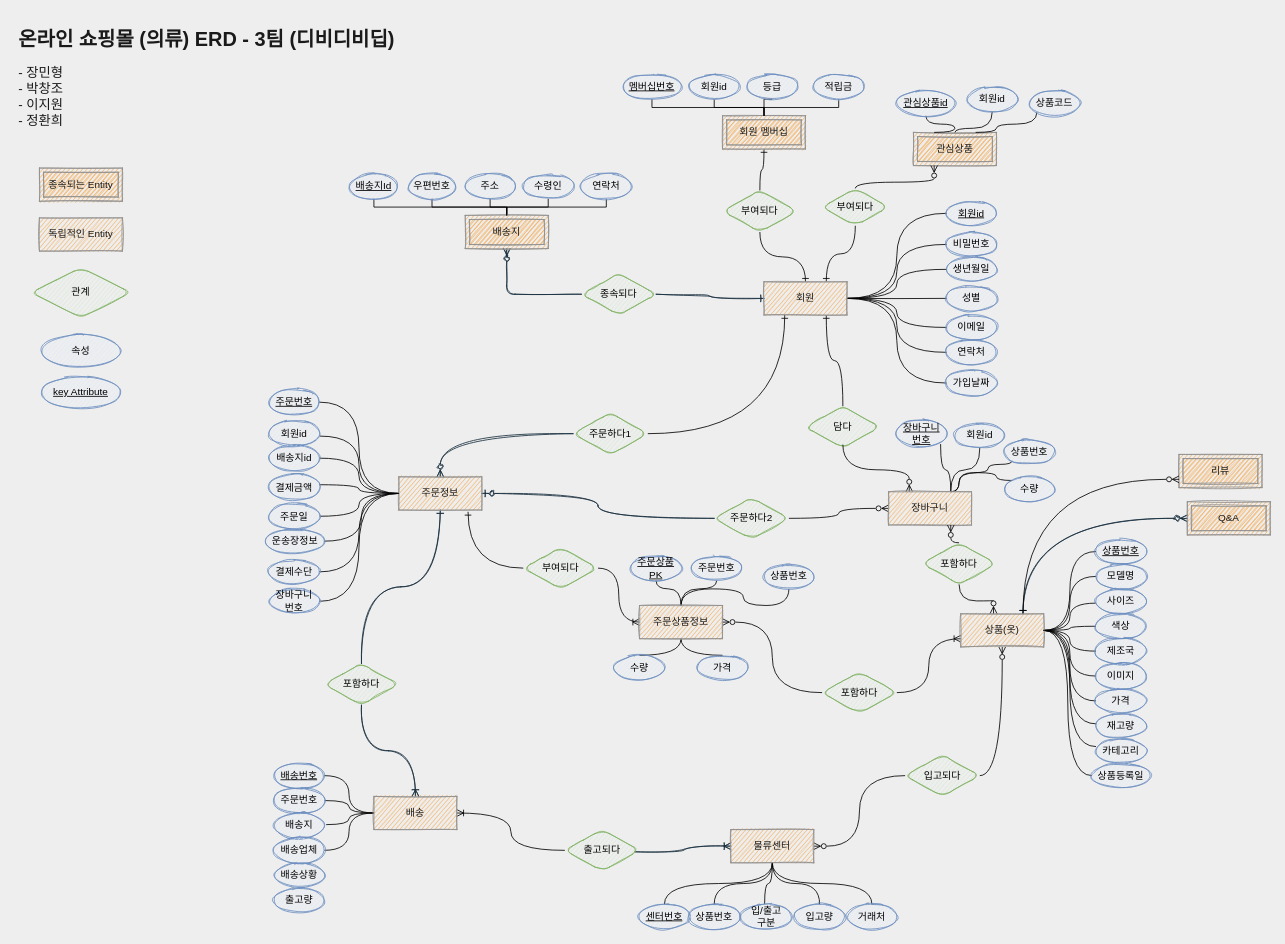
The draw.io diagram page "페이지-2" (2 of 3) of Untitled Diagram.drawio in pcjo1202/DataBase-design, before the edit. Source tidied: cells renumbered, new cells numbered last; positions are measured from the earlier drawing's top-left corner, leaving out a move shared by most shapes. Both pictures are drawn from the tidied source at 83%, with x=0, y=0 at pixel (14, 22).
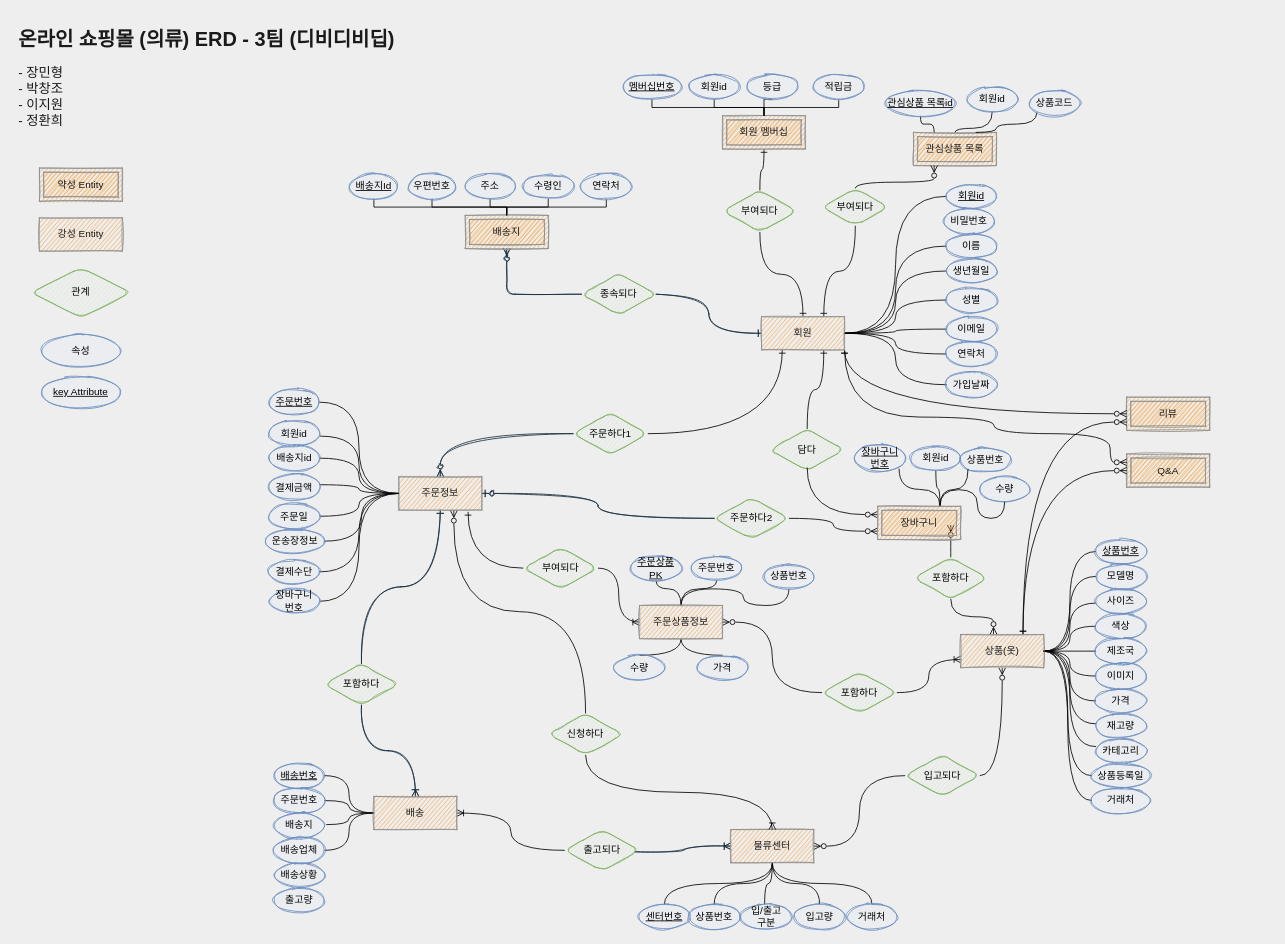
Above is the later version.

Unchanged cells that the change refers to:
```xml
<mxCell id="16" value="주문하다2" style="shape=rhombus;perimeter=rhombusPerimeter;whiteSpace=wrap;html=1;align=center;fillColor=#d5e8d4;strokeColor=#82b366;sketch=1;rounded=1;" parent="1" vertex="1">
  <mxGeometry x="843" y="572" width="90" height="50" as="geometry" />
</mxCell>
<mxCell id="61" value="주문정보" style="whiteSpace=wrap;html=1;align=center;rounded=0;sketch=1;fontColor=#1A1A1A;strokeColor=#909090;fillColor=#F5AB50;direction=west;" parent="1" vertex="1">
  <mxGeometry x="463" y="547" width="100" height="40" as="geometry" />
</mxCell>
<mxCell id="90" value="물류센터" style="whiteSpace=wrap;html=1;align=center;rounded=0;sketch=1;fontColor=#1A1A1A;strokeColor=#909090;fillColor=#F5AB50;direction=west;" parent="1" vertex="1">
  <mxGeometry x="863" y="972" width="100" height="40" as="geometry" />
</mxCell>
```

Change to the diagram source:
```diff
@@
     <mxCell id="13" value="담다" style="shape=rhombus;perimeter=rhombusPerimeter;whiteSpace=wrap;html=1;align=center;fillColor=#d5e8d4;strokeColor=#82b366;sketch=1;rounded=1;" parent="1" vertex="1">
-      <mxGeometry x="953" y="462" width="90" height="50" as="geometry" />
+      <mxGeometry x="910" y="489.5" width="90" height="50" as="geometry" />
     </mxCell>
@@
-    <mxCell id="15" style="edgeStyle=orthogonalEdgeStyle;curved=1;jettySize=auto;html=1;exitX=1;exitY=0.5;exitDx=0;exitDy=0;startArrow=none;startFill=0;endArrow=ERzeroToMany;endFill=0;" parent="1" edge="1" source="16" target="73">
+    <mxCell id="15" style="edgeStyle=orthogonalEdgeStyle;curved=1;jettySize=auto;html=1;exitX=1;exitY=0.5;exitDx=0;exitDy=0;startArrow=none;startFill=0;endArrow=ERzeroToMany;endFill=0;entryX=0;entryY=0.75;entryDx=0;entryDy=0;" parent="1" edge="1" source="16" target="73">
       <mxGeometry relative="1" as="geometry" />
     </mxCell>
@@
     <mxCell id="32" value="리뷰" style="shape=ext;margin=3;double=1;whiteSpace=wrap;html=1;align=center;rounded=0;sketch=1;fontColor=#1A1A1A;strokeColor=#909090;fillColor=#F5AB50;" parent="1" vertex="1">
-      <mxGeometry x="1403" y="520" width="100" height="40" as="geometry" />
+      <mxGeometry x="1340" y="451" width="100" height="40" as="geometry" />
     </mxCell>
-    <mxCell id="33" style="edgeStyle=orthogonalEdgeStyle;curved=1;rounded=1;sketch=1;jettySize=auto;html=1;exitX=0;exitY=0.5;exitDx=0;exitDy=0;entryX=0.25;entryY=1;entryDx=0;entryDy=0;fontColor=#1A1A1A;endArrow=ERone;endFill=0;strokeColor=#182E3E;startArrow=ERzeroToMany;startFill=0;" parent="1" edge="1" source="34" target="84">
-      <mxGeometry relative="1" as="geometry" />
-    </mxCell>
     <mxCell id="34" value="Q&amp;amp;A" style="shape=ext;margin=3;double=1;whiteSpace=wrap;html=1;align=center;rounded=0;sketch=1;fontColor=#1A1A1A;strokeColor=#909090;fillColor=#F5AB50;" parent="1" vertex="1">
-      <mxGeometry x="1413" y="577" width="100" height="40" as="geometry" />
+      <mxGeometry x="1340" y="519.5" width="100" height="40" as="geometry" />
     </mxCell>
@@
-    <mxCell id="40" value="종속되는 Entity" style="shape=ext;margin=3;double=1;whiteSpace=wrap;html=1;align=center;rounded=0;sketch=1;fontColor=#1A1A1A;strokeColor=#909090;fillColor=#F5AB50;" parent="1" vertex="1">
+    <mxCell id="40" value="약성 Entity" style="shape=ext;margin=3;double=1;whiteSpace=wrap;html=1;align=center;rounded=0;sketch=1;fontColor=#1A1A1A;strokeColor=#909090;fillColor=#F5AB50;" parent="1" vertex="1">
       <mxGeometry x="30" y="175" width="100" height="40" as="geometry" />
     </mxCell>
-    <mxCell id="41" value="독립적인 Entity" style="whiteSpace=wrap;html=1;align=center;rounded=0;sketch=1;fontColor=#1A1A1A;strokeColor=#909090;fillColor=#F5AB50;" parent="1" vertex="1">
+    <mxCell id="41" value="강성 Entity" style="whiteSpace=wrap;html=1;align=center;rounded=0;sketch=1;fontColor=#1A1A1A;strokeColor=#909090;fillColor=#F5AB50;" parent="1" vertex="1">
       <mxGeometry x="30" y="235" width="100" height="40" as="geometry" />
     </mxCell>
@@
-    <mxCell id="50" style="edgeStyle=orthogonalEdgeStyle;curved=1;jettySize=auto;html=1;entryX=0;entryY=0.5;entryDx=0;entryDy=0;endArrow=none;endFill=0;" parent="1" edge="1" target="124">
-      <mxGeometry relative="1" as="geometry">
-        <mxPoint x="1003" y="332" as="sourcePoint" />
-      </mxGeometry>
-    </mxCell>
@@
+    <mxCell id="171" style="edgeStyle=orthogonalEdgeStyle;curved=1;jettySize=auto;html=1;exitX=1;exitY=1;exitDx=0;exitDy=0;entryX=0;entryY=0.5;entryDx=0;entryDy=0;startArrow=ERone;startFill=0;endArrow=ERzeroToMany;endFill=0;" parent="1" edge="1" source="54" target="32">
+      <mxGeometry relative="1" as="geometry" />
+    </mxCell>
+    <mxCell id="172" style="edgeStyle=orthogonalEdgeStyle;curved=1;jettySize=auto;html=1;exitX=1;exitY=1;exitDx=0;exitDy=0;entryX=0;entryY=0.25;entryDx=0;entryDy=0;startArrow=ERone;startFill=0;endArrow=ERzeroToMany;endFill=0;" parent="1" edge="1" source="54" target="34">
+      <mxGeometry relative="1" as="geometry">
+        <Array as="points">
+          <mxPoint x="1000" y="475" />
+          <mxPoint x="1180" y="475" />
+          <mxPoint x="1180" y="495" />
+          <mxPoint x="1320" y="495" />
+          <mxPoint x="1320" y="530" />
+        </Array>
+      </mxGeometry>
+    </mxCell>
     <mxCell id="54" value="회원" style="whiteSpace=wrap;html=1;align=center;rounded=0;sketch=1;fontColor=#1A1A1A;strokeColor=#909090;fillColor=#F5AB50;" parent="1" vertex="1">
-      <mxGeometry x="903" y="312" width="100" height="40" as="geometry" />
+      <mxGeometry x="900" y="354" width="100" height="40" as="geometry" />
     </mxCell>
@@
-    <mxCell id="68" style="edgeStyle=orthogonalEdgeStyle;curved=1;jettySize=auto;html=1;exitX=0.25;exitY=1;exitDx=0;exitDy=0;entryX=0.879;entryY=0.869;entryDx=0;entryDy=0;entryPerimeter=0;endArrow=none;endFill=0;" parent="1" edge="1" source="73" target="151">
+    <mxCell id="68" style="edgeStyle=orthogonalEdgeStyle;curved=1;jettySize=auto;html=1;exitX=0.75;exitY=0;exitDx=0;exitDy=0;entryX=0.879;entryY=0.869;entryDx=0;entryDy=0;entryPerimeter=0;endArrow=none;endFill=0;" parent="1" edge="1" source="73" target="151">
       <mxGeometry relative="1" as="geometry" />
     </mxCell>
-    <mxCell id="69" style="edgeStyle=orthogonalEdgeStyle;curved=1;jettySize=auto;html=1;exitX=0.25;exitY=1;exitDx=0;exitDy=0;entryX=0.5;entryY=1;entryDx=0;entryDy=0;endArrow=none;endFill=0;" parent="1" edge="1" source="73" target="152">
+    <mxCell id="69" style="edgeStyle=orthogonalEdgeStyle;curved=1;jettySize=auto;html=1;exitX=0.75;exitY=0;exitDx=0;exitDy=0;entryX=0.5;entryY=1;entryDx=0;entryDy=0;endArrow=none;endFill=0;" parent="1" edge="1" source="73" target="152">
       <mxGeometry relative="1" as="geometry" />
     </mxCell>
-    <mxCell id="70" style="edgeStyle=orthogonalEdgeStyle;curved=1;jettySize=auto;html=1;exitX=0.25;exitY=1;exitDx=0;exitDy=0;entryX=0;entryY=1;entryDx=0;entryDy=0;endArrow=none;endFill=0;" parent="1" edge="1" source="73" target="153">
-      <mxGeometry relative="1" as="geometry">
-        <Array as="points">
-          <mxPoint x="1138" y="542" />
-          <mxPoint x="1173" y="542" />
-          <mxPoint x="1173" y="532" />
-          <mxPoint x="1202" y="532" />
-        </Array>
-      </mxGeometry>
-    </mxCell>
-    <mxCell id="71" style="edgeStyle=orthogonalEdgeStyle;curved=1;jettySize=auto;html=1;exitX=0.25;exitY=1;exitDx=0;exitDy=0;entryX=0;entryY=0;entryDx=0;entryDy=0;endArrow=none;endFill=0;" parent="1" edge="1" source="73" target="154">
-      <mxGeometry relative="1" as="geometry">
-        <Array as="points">
-          <mxPoint x="1138" y="542" />
-          <mxPoint x="1183" y="542" />
-          <mxPoint x="1183" y="551" />
-        </Array>
-      </mxGeometry>
-    </mxCell>
-    <mxCell id="72" style="edgeStyle=orthogonalEdgeStyle;jettySize=auto;html=1;exitX=0.75;exitY=1;exitDx=0;exitDy=0;entryX=0.5;entryY=0.924;entryDx=0;entryDy=0;entryPerimeter=0;startArrow=ERzeroToMany;startFill=0;endArrow=none;endFill=0;curved=1;" parent="1" edge="1" source="73" target="13">
+    <mxCell id="72" style="edgeStyle=orthogonalEdgeStyle;jettySize=auto;html=1;exitX=0;exitY=0.25;exitDx=0;exitDy=0;entryX=0.5;entryY=0.924;entryDx=0;entryDy=0;entryPerimeter=0;startArrow=ERzeroToMany;startFill=0;endArrow=none;endFill=0;curved=1;" parent="1" edge="1" source="73" target="13">
       <mxGeometry relative="1" as="geometry" />
     </mxCell>
-    <mxCell id="73" value="장바구니" style="whiteSpace=wrap;html=1;align=center;rounded=0;sketch=1;fontColor=#1A1A1A;strokeColor=#909090;fillColor=#F5AB50;direction=west;" parent="1" vertex="1">
-      <mxGeometry x="1053" y="565" width="100" height="40" as="geometry" />
-    </mxCell>
-    <mxCell id="74" style="edgeStyle=orthogonalEdgeStyle;curved=1;jettySize=auto;html=1;exitX=0.25;exitY=1;exitDx=0;exitDy=0;entryX=0;entryY=0.75;entryDx=0;entryDy=0;endArrow=ERzeroToMany;endFill=0;startArrow=ERone;startFill=0;" parent="1" edge="1" source="84" target="32">
-      <mxGeometry relative="1" as="geometry" />
-    </mxCell>
@@
+    <mxCell id="74" style="edgeStyle=orthogonalEdgeStyle;curved=1;jettySize=auto;html=1;exitX=0.25;exitY=1;exitDx=0;exitDy=0;entryX=0;entryY=0.75;entryDx=0;entryDy=0;startArrow=ERone;startFill=0;endArrow=ERzeroToMany;endFill=0;" parent="1" edge="1" source="84" target="32">
+      <mxGeometry relative="1" as="geometry" />
+    </mxCell>
+    <mxCell id="173" style="edgeStyle=orthogonalEdgeStyle;curved=1;jettySize=auto;html=1;exitX=0.25;exitY=1;exitDx=0;exitDy=0;entryX=0;entryY=0.5;entryDx=0;entryDy=0;startArrow=ERone;startFill=0;endArrow=ERzeroToMany;endFill=0;" parent="1" edge="1" source="84" target="34">
+      <mxGeometry relative="1" as="geometry" />
+    </mxCell>
+    <mxCell id="174" style="edgeStyle=orthogonalEdgeStyle;curved=1;jettySize=auto;html=1;exitX=0;exitY=0.5;exitDx=0;exitDy=0;entryX=0;entryY=0.5;entryDx=0;entryDy=0;startArrow=none;startFill=0;endArrow=none;endFill=0;" parent="1" edge="1" source="84" target="180">
+      <mxGeometry relative="1" as="geometry" />
+    </mxCell>
     <mxCell id="84" value="상품(옷)" style="whiteSpace=wrap;html=1;align=center;rounded=0;sketch=1;fontColor=#1A1A1A;strokeColor=#909090;fillColor=#F5AB50;direction=west;" parent="1" vertex="1">
-      <mxGeometry x="1140" y="712" width="100" height="40" as="geometry" />
+      <mxGeometry x="1140" y="737" width="100" height="40" as="geometry" />
     </mxCell>
@@
-    <mxCell id="109" value="관심상품" style="shape=ext;margin=3;double=1;whiteSpace=wrap;html=1;align=center;rounded=0;sketch=1;fontColor=#1A1A1A;strokeColor=#909090;fillColor=#F5AB50;" parent="1" vertex="1">
+    <mxCell id="109" value="관심상품 목록" style="shape=ext;margin=3;double=1;whiteSpace=wrap;html=1;align=center;rounded=0;sketch=1;fontColor=#1A1A1A;strokeColor=#909090;fillColor=#F5AB50;" parent="1" vertex="1">
       <mxGeometry x="1083" y="132" width="100" height="40" as="geometry" />
     </mxCell>
@@
-    <mxCell id="113" value="관심상품id" style="ellipse;whiteSpace=wrap;html=1;align=center;fontStyle=4;rounded=0;sketch=1;strokeColor=#6c8ebf;fillColor=#dae8fc;" parent="1" vertex="1">
-      <mxGeometry x="1063" y="82" width="70" height="30" as="geometry" />
+    <mxCell id="113" value="관심상품 목록id" style="ellipse;whiteSpace=wrap;html=1;align=center;fontStyle=4;rounded=0;sketch=1;strokeColor=#6c8ebf;fillColor=#dae8fc;" parent="1" vertex="1">
+      <mxGeometry x="1050" y="82" width="83" height="30" as="geometry" />
     </mxCell>
@@
     <mxCell id="120" value="회원id" style="ellipse;whiteSpace=wrap;html=1;align=center;fontStyle=4;rounded=0;sketch=1;strokeColor=#6c8ebf;fillColor=#dae8fc;" parent="1" vertex="1">
-      <mxGeometry x="1123" y="214.5" width="60" height="30" as="geometry" />
+      <mxGeometry x="1123" y="194" width="60" height="30" as="geometry" />
     </mxCell>
     <mxCell id="121" value="생년월일" style="ellipse;whiteSpace=wrap;html=1;align=center;rounded=0;sketch=1;strokeColor=#6c8ebf;fillColor=#dae8fc;" parent="1" vertex="1">
-      <mxGeometry x="1123" y="282" width="60" height="30" as="geometry" />
+      <mxGeometry x="1123" y="284" width="60" height="30" as="geometry" />
     </mxCell>
-    <mxCell id="122" value="비밀번호" style="ellipse;whiteSpace=wrap;html=1;align=center;rounded=0;sketch=1;strokeColor=#6c8ebf;fillColor=#dae8fc;" parent="1" vertex="1">
-      <mxGeometry x="1123" y="252" width="60" height="30" as="geometry" />
+    <mxCell id="122" value="이름" style="ellipse;whiteSpace=wrap;html=1;align=center;rounded=0;sketch=1;strokeColor=#6c8ebf;fillColor=#dae8fc;" parent="1" vertex="1">
+      <mxGeometry x="1123" y="254" width="60" height="30" as="geometry" />
     </mxCell>
     <mxCell id="123" value="이메일" style="ellipse;whiteSpace=wrap;html=1;align=center;rounded=0;sketch=1;strokeColor=#6c8ebf;fillColor=#dae8fc;" parent="1" vertex="1">
-      <mxGeometry x="1123" y="352" width="60" height="30" as="geometry" />
+      <mxGeometry x="1123" y="354" width="60" height="30" as="geometry" />
     </mxCell>
+    <mxCell id="175" style="edgeStyle=orthogonalEdgeStyle;curved=1;jettySize=auto;html=1;exitX=0;exitY=0.5;exitDx=0;exitDy=0;entryX=1;entryY=0.5;entryDx=0;entryDy=0;startArrow=none;startFill=0;endArrow=none;endFill=0;" parent="1" edge="1" source="124" target="54">
+      <mxGeometry relative="1" as="geometry" />
+    </mxCell>
     <mxCell id="124" value="성별" style="ellipse;whiteSpace=wrap;html=1;align=center;rounded=0;sketch=1;strokeColor=#6c8ebf;fillColor=#dae8fc;" parent="1" vertex="1">
-      <mxGeometry x="1123" y="317" width="60" height="30" as="geometry" />
+      <mxGeometry x="1123" y="319" width="60" height="30" as="geometry" />
     </mxCell>
     <mxCell id="125" value="연락처" style="ellipse;whiteSpace=wrap;html=1;align=center;rounded=0;sketch=1;strokeColor=#6c8ebf;fillColor=#dae8fc;" parent="1" vertex="1">
-      <mxGeometry x="1123" y="382" width="60" height="30" as="geometry" />
+      <mxGeometry x="1123" y="384" width="60" height="30" as="geometry" />
     </mxCell>
     <mxCell id="126" value="가입날짜" style="ellipse;whiteSpace=wrap;html=1;align=center;rounded=0;sketch=1;strokeColor=#6c8ebf;fillColor=#dae8fc;" parent="1" vertex="1">
-      <mxGeometry x="1123" y="419" width="60" height="30" as="geometry" />
+      <mxGeometry x="1123" y="421" width="60" height="30" as="geometry" />
     </mxCell>
@@
     <mxCell id="151" value="장바구니&lt;br&gt;번호" style="ellipse;whiteSpace=wrap;html=1;align=center;fontStyle=4;rounded=0;sketch=1;strokeColor=#6c8ebf;fillColor=#dae8fc;" parent="1" vertex="1">
-      <mxGeometry x="1063" y="477.5" width="60" height="34.5" as="geometry" />
+      <mxGeometry x="1013" y="507.2" width="60" height="34.5" as="geometry" />
     </mxCell>
     <mxCell id="152" value="회원id" style="ellipse;whiteSpace=wrap;html=1;align=center;rounded=0;sketch=1;strokeColor=#6c8ebf;fillColor=#dae8fc;" parent="1" vertex="1">
-      <mxGeometry x="1133" y="482" width="60" height="30" as="geometry" />
+      <mxGeometry x="1080" y="509.5" width="60" height="30" as="geometry" />
     </mxCell>
     <mxCell id="153" value="상품번호" style="ellipse;whiteSpace=wrap;html=1;align=center;rounded=0;sketch=1;strokeColor=#6c8ebf;fillColor=#dae8fc;" parent="1" vertex="1">
-      <mxGeometry x="1193" y="502" width="60" height="30" as="geometry" />
+      <mxGeometry x="1140" y="511.8" width="60" height="30" as="geometry" />
     </mxCell>
     <mxCell id="154" value="수량" style="ellipse;whiteSpace=wrap;html=1;align=center;rounded=0;sketch=1;strokeColor=#6c8ebf;fillColor=#dae8fc;" parent="1" vertex="1">
-      <mxGeometry x="1193" y="547" width="60" height="30" as="geometry" />
+      <mxGeometry x="1163" y="547" width="60" height="30" as="geometry" />
     </mxCell>
@@
-    <mxCell id="169" style="edgeStyle=orthogonalEdgeStyle;curved=1;jettySize=auto;html=1;exitX=0.5;exitY=0;exitDx=0;exitDy=0;entryX=0.25;entryY=0;entryDx=0;entryDy=0;startArrow=none;startFill=0;endArrow=ERzeroToMany;endFill=0;" parent="1" edge="1" source="170" target="73">
-      <mxGeometry relative="1" as="geometry" />
+    <mxCell id="169" style="edgeStyle=orthogonalEdgeStyle;curved=1;jettySize=auto;html=1;exitX=0.5;exitY=0;exitDx=0;exitDy=0;entryX=0.25;entryY=0;entryDx=0;entryDy=0;startArrow=none;startFill=0;endArrow=ERzeroToMany;endFill=0;" parent="1" edge="1" source="170">
+      <mxGeometry relative="1" as="geometry">
+        <mxPoint x="1128" y="605" as="targetPoint" />
+      </mxGeometry>
     </mxCell>
     <mxCell id="170" value="포함하다" style="shape=rhombus;perimeter=rhombusPerimeter;whiteSpace=wrap;html=1;align=center;fillColor=#d5e8d4;strokeColor=#82b366;sketch=1;rounded=1;" parent="1" vertex="1">
-      <mxGeometry x="1093" y="626.5" width="90" height="50" as="geometry" />
+      <mxGeometry x="1083" y="644" width="90" height="50" as="geometry" />
     </mxCell>
+    <mxCell id="176" value="비밀번호" style="ellipse;whiteSpace=wrap;html=1;align=center;rounded=0;sketch=1;strokeColor=#6c8ebf;fillColor=#dae8fc;" parent="1" vertex="1">
+      <mxGeometry x="1120" y="224" width="60" height="30" as="geometry" />
+    </mxCell>
+    <mxCell id="70" style="edgeStyle=orthogonalEdgeStyle;jettySize=auto;html=1;exitX=0.75;exitY=0;exitDx=0;exitDy=0;entryX=0;entryY=1;entryDx=0;entryDy=0;startArrow=none;startFill=0;endArrow=none;endFill=0;curved=1;" parent="1" edge="1" source="73" target="153">
+      <mxGeometry relative="1" as="geometry" />
+    </mxCell>
+    <mxCell id="71" style="edgeStyle=orthogonalEdgeStyle;curved=1;jettySize=auto;html=1;exitX=0.75;exitY=0;exitDx=0;exitDy=0;startArrow=none;startFill=0;endArrow=none;endFill=0;" parent="1" edge="1" source="73" target="154">
+      <mxGeometry relative="1" as="geometry" />
+    </mxCell>
+    <mxCell id="73" value="장바구니" style="shape=ext;margin=3;double=1;whiteSpace=wrap;html=1;align=center;rounded=0;sketch=1;fontColor=#1A1A1A;strokeColor=#909090;fillColor=#F5AB50;" parent="1" vertex="1">
+      <mxGeometry x="1040" y="582.5" width="100" height="40" as="geometry" />
+    </mxCell>
+    <mxCell id="177" style="edgeStyle=orthogonalEdgeStyle;curved=1;jettySize=auto;html=1;exitX=0.5;exitY=0;exitDx=0;exitDy=0;entryX=0.337;entryY=-0.019;entryDx=0;entryDy=0;entryPerimeter=0;startArrow=none;startFill=0;endArrow=ERzeroToMany;endFill=0;" parent="1" edge="1" source="179" target="61">
+      <mxGeometry relative="1" as="geometry" />
+    </mxCell>
+    <mxCell id="178" style="edgeStyle=orthogonalEdgeStyle;curved=1;jettySize=auto;html=1;exitX=0.5;exitY=1;exitDx=0;exitDy=0;entryX=0.5;entryY=1;entryDx=0;entryDy=0;startArrow=none;startFill=0;endArrow=ERoneToMany;endFill=0;" parent="1" edge="1" source="179" target="90">
+      <mxGeometry relative="1" as="geometry" />
+    </mxCell>
+    <mxCell id="179" value="신청하다" style="shape=rhombus;perimeter=rhombusPerimeter;whiteSpace=wrap;html=1;align=center;fillColor=#d5e8d4;strokeColor=#82b366;sketch=1;rounded=1;" parent="1" vertex="1">
+      <mxGeometry x="643" y="832" width="90" height="50" as="geometry" />
+    </mxCell>
+    <mxCell id="180" value="거래처" style="ellipse;whiteSpace=wrap;html=1;align=center;rounded=0;sketch=1;strokeColor=#6c8ebf;fillColor=#dae8fc;" parent="1" vertex="1">
+      <mxGeometry x="1298" y="922" width="70" height="30" as="geometry" />
+    </mxCell>
```
